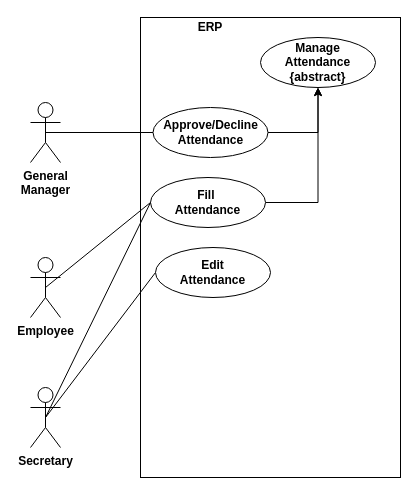
The draw.io diagram stadia/system-documentation/usecases/attendance.drawio in Simonbelete/odoo-modules, before the edit. Source tidied: cells renumbered, new cells numbered last; positions are measured from the earlier drawing's top-left corner, leaving out a move shared by most shapes. Both pictures are drawn from the tidied source at 100%, with x=0, y=0 at pixel (30, 17).
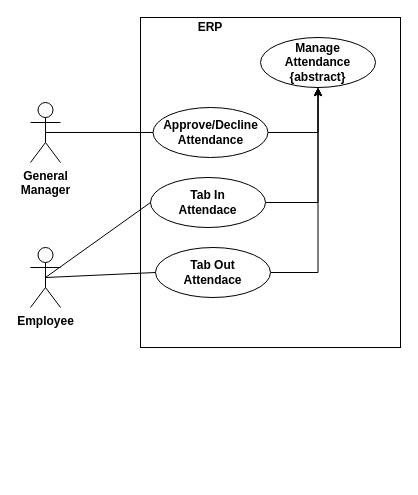
Above is the later version.

Diff of the diagram source:
```diff
@@
 <mxGraphModel>
   <root>
     <mxCell id="0" />
     <mxCell id="1" parent="0" />
     <mxCell id="2" value="Employee" style="shape=umlActor;verticalLabelPosition=bottom;labelBackgroundColor=#ffffff;verticalAlign=top;html=1;outlineConnect=0;fontStyle=1;" parent="1" vertex="1">
-      <mxGeometry y="240" width="30" height="60" as="geometry" />
+      <mxGeometry y="230" width="30" height="60" as="geometry" />
     </mxCell>
     <mxCell id="3" style="rounded=0;whiteSpace=wrap;html=1;" parent="1" vertex="1">
-      <mxGeometry x="110" width="260" height="460" as="geometry" />
+      <mxGeometry x="110" width="260" height="330" as="geometry" />
     </mxCell>
     <mxCell id="4" value="ERP" style="text;html=1;strokeColor=none;fillColor=none;align=center;verticalAlign=middle;whiteSpace=wrap;rounded=0;fontStyle=1;" parent="1" vertex="1">
       <mxGeometry x="120" width="120" height="20" as="geometry" />
     </mxCell>
     <mxCell id="5" value="Manage&lt;br&gt;Attendance&lt;br&gt;{abstract}" style="ellipse;whiteSpace=wrap;html=1;fontStyle=1;align=center;horizontal=1;labelBackgroundColor=none;labelBorderColor=none;shadow=0;" parent="1" vertex="1">
       <mxGeometry x="230" y="20" width="115" height="50" as="geometry" />
     </mxCell>
     <mxCell id="6" style="edgeStyle=orthogonalEdgeStyle;rounded=0;jettySize=auto;html=1;exitX=1;exitY=0.5;exitDx=0;exitDy=0;entryX=0.5;entryY=1;entryDx=0;entryDy=0;" parent="1" edge="1" source="7" target="5">
       <mxGeometry relative="1" as="geometry" />
     </mxCell>
     <mxCell id="7" value="Approve/Decline&lt;br&gt;Attendance" style="ellipse;whiteSpace=wrap;html=1;fontStyle=1;align=center;horizontal=1;labelBackgroundColor=none;labelBorderColor=none;shadow=0;" parent="1" vertex="1">
       <mxGeometry x="122.5" y="90" width="115" height="50" as="geometry" />
     </mxCell>
     <mxCell id="8" style="edgeStyle=orthogonalEdgeStyle;rounded=0;jettySize=auto;html=1;exitX=1;exitY=0.5;exitDx=0;exitDy=0;entryX=0.5;entryY=1;entryDx=0;entryDy=0;" parent="1" edge="1" source="9" target="5">
       <mxGeometry relative="1" as="geometry" />
     </mxCell>
-    <mxCell id="9" value="Fill&amp;nbsp;&lt;br&gt;Attendance" style="ellipse;whiteSpace=wrap;html=1;fontStyle=1;align=center;horizontal=1;labelBackgroundColor=none;labelBorderColor=none;shadow=0;" parent="1" vertex="1">
+    <mxCell id="9" value="Tab In&lt;br&gt;Attendace" style="ellipse;whiteSpace=wrap;html=1;fontStyle=1;align=center;horizontal=1;labelBackgroundColor=none;labelBorderColor=none;shadow=0;" parent="1" vertex="1">
       <mxGeometry x="120" y="160" width="115" height="50" as="geometry" />
     </mxCell>
     <mxCell id="10" style="endArrow=none;html=1;entryX=0;entryY=0.5;entryDx=0;entryDy=0;exitX=0.5;exitY=0.5;exitDx=0;exitDy=0;exitPerimeter=0;" parent="1" edge="1" source="11" target="7">
       <mxGeometry relative="1" as="geometry" />
     </mxCell>
     <mxCell id="11" value="General&lt;br&gt;Manager" style="shape=umlActor;verticalLabelPosition=bottom;labelBackgroundColor=#ffffff;verticalAlign=top;html=1;outlineConnect=0;fontStyle=1;" parent="1" vertex="1">
       <mxGeometry y="85" width="30" height="60" as="geometry" />
     </mxCell>
     <mxCell id="12" style="edgeStyle=none;jettySize=auto;html=1;exitX=0.5;exitY=0.5;exitDx=0;exitDy=0;exitPerimeter=0;entryX=0;entryY=0.5;entryDx=0;entryDy=0;endArrow=none;" parent="1" edge="1" source="2" target="9">
       <mxGeometry relative="1" as="geometry" />
     </mxCell>
-    <mxCell id="13" value="Secretary" style="shape=umlActor;verticalLabelPosition=bottom;labelBackgroundColor=#ffffff;verticalAlign=top;html=1;outlineConnect=0;fontStyle=1;" parent="1" vertex="1">
-      <mxGeometry y="370" width="30" height="60" as="geometry" />
-    </mxCell>
-    <mxCell id="14" style="edgeStyle=none;jettySize=auto;html=1;exitX=0.5;exitY=0.5;exitDx=0;exitDy=0;exitPerimeter=0;entryX=0;entryY=0.5;entryDx=0;entryDy=0;endArrow=none;" parent="1" edge="1" source="13" target="9">
-      <mxGeometry relative="1" as="geometry" />
-    </mxCell>
-    <mxCell id="15" style="edgeStyle=none;jettySize=auto;html=1;exitX=0.5;exitY=0.5;exitDx=0;exitDy=0;exitPerimeter=0;entryX=0;entryY=0.5;entryDx=0;entryDy=0;endArrow=none;" parent="1" edge="1" source="13" target="16">
-      <mxGeometry relative="1" as="geometry" />
-    </mxCell>
-    <mxCell id="16" value="Edit&lt;br&gt;Attendance" style="ellipse;whiteSpace=wrap;html=1;fontStyle=1;align=center;horizontal=1;labelBackgroundColor=none;labelBorderColor=none;shadow=0;" parent="1" vertex="1">
-      <mxGeometry x="125" y="230" width="115" height="50" as="geometry" />
-    </mxCell>
+    <mxCell id="17" style="edgeStyle=orthogonalEdgeStyle;rounded=0;jettySize=auto;html=1;exitX=1;exitY=0.5;exitDx=0;exitDy=0;entryX=0.5;entryY=1;entryDx=0;entryDy=0;" parent="1" edge="1" source="18" target="5">
+      <mxGeometry relative="1" as="geometry" />
+    </mxCell>
+    <mxCell id="18" value="Tab Out&lt;br&gt;Attendace" style="ellipse;whiteSpace=wrap;html=1;fontStyle=1;align=center;horizontal=1;labelBackgroundColor=none;labelBorderColor=none;shadow=0;" parent="1" vertex="1">
+      <mxGeometry x="125" y="230" width="115" height="50" as="geometry" />
+    </mxCell>
+    <mxCell id="19" style="edgeStyle=none;jettySize=auto;html=1;exitX=0.5;exitY=0.5;exitDx=0;exitDy=0;exitPerimeter=0;entryX=0;entryY=0.5;entryDx=0;entryDy=0;endArrow=none;" parent="1" edge="1" source="2" target="18">
+      <mxGeometry relative="1" as="geometry" />
+    </mxCell>
   </root>
 </mxGraphModel>
```
